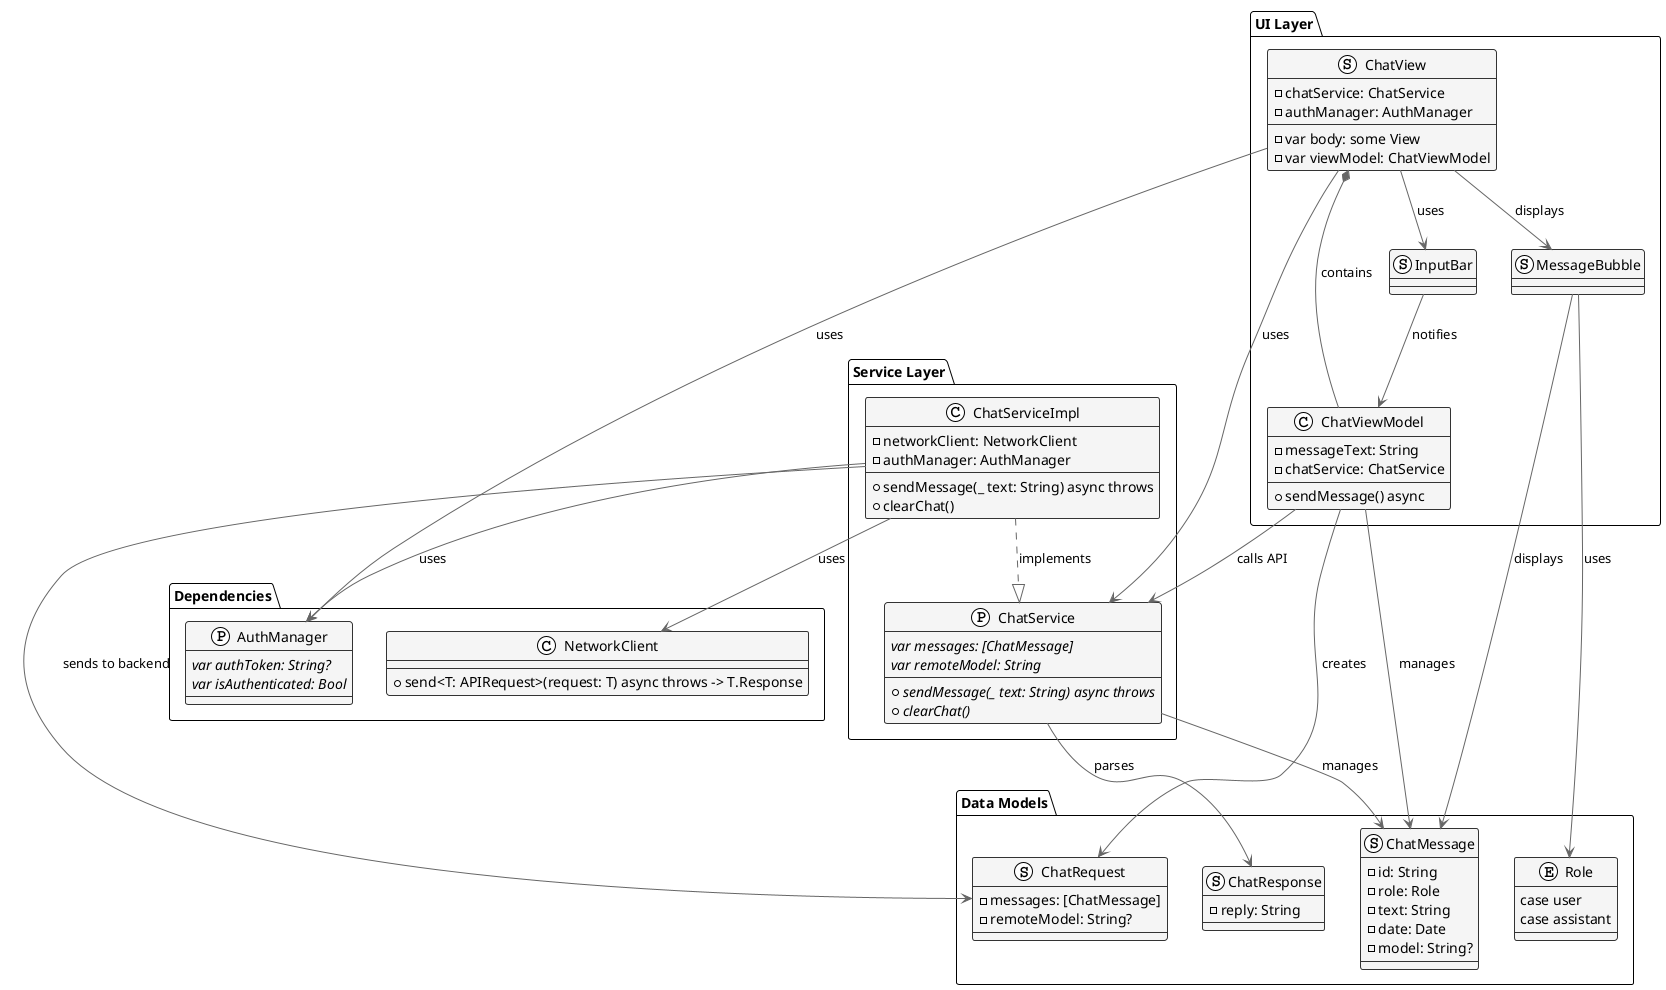
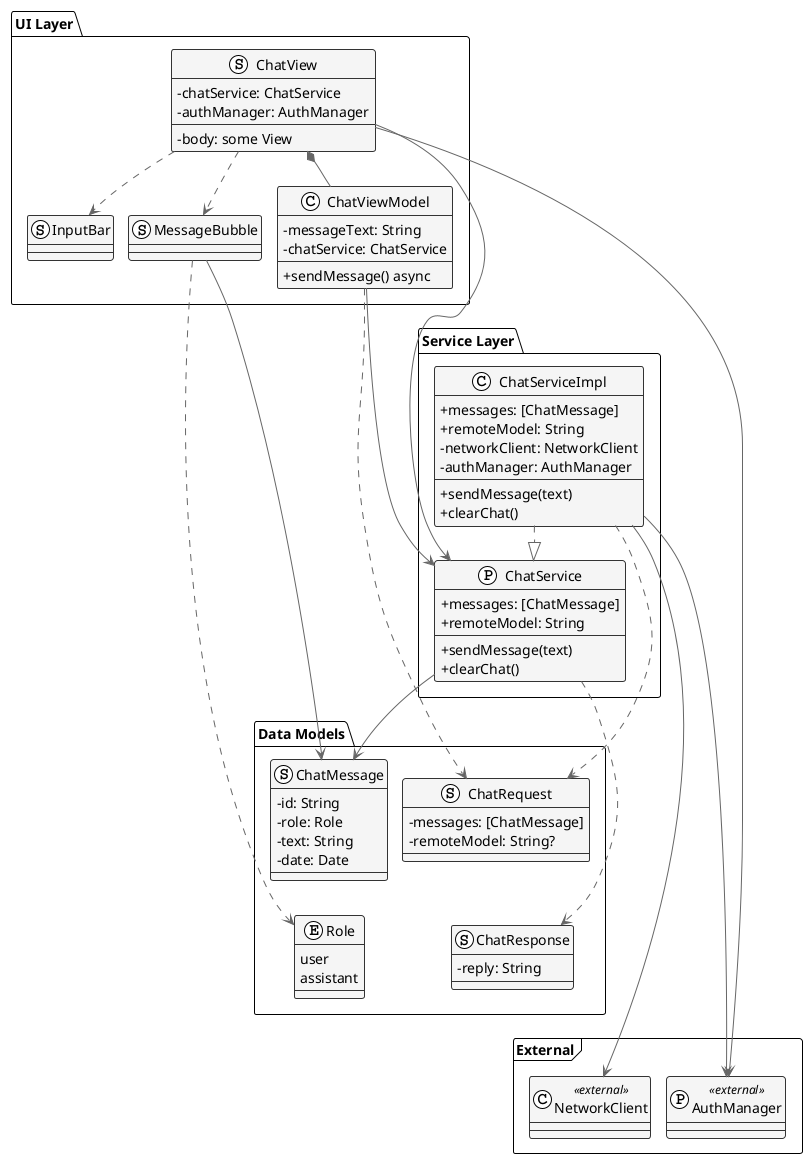
- @startuml Chat Module (5.3.3.3)
+ @startuml Chapter_5_3_3_3_Chat_Module

!theme plain
skinparam backgroundColor #FFFFFF
skinparam classBackgroundColor #F5F5F5
skinparam classBorderColor #333333
skinparam arrowColor #666666
+ skinparam ranksep 35
+ skinparam nodesep 15
+ skinparam classAttributeIconSize 0

- package "Service Layer" {
-     protocol ChatService {
-         {abstract} var messages: [ChatMessage]
-         {abstract} var remoteModel: String
-         --
-         {abstract} + sendMessage(_ text: String) async throws
-         {abstract} + clearChat()
-     }
- 
-     class ChatServiceImpl {
-         - networkClient: NetworkClient
-         - authManager: AuthManager
-         --
-         + sendMessage(_ text: String) async throws
-         + clearChat()
-     }
- }
- 
- package "Data Models" {
-     struct ChatMessage {
-         - id: String
-         - role: Role
-         - text: String
-         - date: Date
-         - model: String?
-     }
- 
-     enum Role {
-         case user
-         case assistant
-     }
- 
-     struct ChatRequest {
-         - messages: [ChatMessage]
-         - remoteModel: String?
-     }
- 
-     struct ChatResponse {
-         - reply: String
-     }
- }
- 
+ ' ============= UI Layer =============
package "UI Layer" {
    struct ChatView {
        - chatService: ChatService
        - authManager: AuthManager
        --
-         - var body: some View
-         - var viewModel: ChatViewModel
+         - body: some View
    }

    class ChatViewModel {
        - messageText: String
        - chatService: ChatService
        --
        + sendMessage() async
    }

    struct MessageBubble
    struct InputBar
}

- package "Dependencies" {
-     class NetworkClient {
-         + send<T: APIRequest>(request: T) async throws -> T.Response
+ ' ============= Service Layer =============
+ package "Service Layer" {
+     protocol ChatService {
+         + messages: [ChatMessage]
+         + remoteModel: String
+         --
+         + sendMessage(text)
+         + clearChat()
    }

-     protocol AuthManager {
-         {abstract} var authToken: String?
-         {abstract} var isAuthenticated: Bool
+     class ChatServiceImpl {
+         + messages: [ChatMessage]
+         + remoteModel: String
+         - networkClient: NetworkClient
+         - authManager: AuthManager
+         --
+         + sendMessage(text)
+         + clearChat()
    }
}

+ ' ============= Data Models =============
+ package "Data Models" {
+     struct ChatMessage {
+         - id: String
+         - role: Role
+         - text: String
+         - date: Date
+     }
+ 
+     enum Role {
+         user
+         assistant
+     }
+ 
+     struct ChatRequest {
+         - messages: [ChatMessage]
+         - remoteModel: String?
+     }
+ 
+     struct ChatResponse {
+         - reply: String
+     }
+ }
+ 
+ ' ============= Dependencies =============
+ package "External" <<Frame>> {
+     class NetworkClient <<external>>
+     protocol AuthManager <<external>>
+ }
+ 
' ===== RELATIONSHIPS =====
+ ' Composition (View contains ViewModel)
+ ChatView *-down- ChatViewModel

- ChatServiceImpl ..|> ChatService : implements
- ChatServiceImpl --> NetworkClient : uses
- ChatServiceImpl --> AuthManager : uses
+ ' Realization (interface implementation)
+ ChatServiceImpl ..|> ChatService

- ChatView --> ChatService : uses
- ChatView --> AuthManager : uses
- ChatView *-- ChatViewModel : contains
+ ' Association (fields)
+ ChatView --> ChatService
+ ChatView --> AuthManager
+ ChatViewModel --> ChatService
+ ChatServiceImpl --> NetworkClient
+ ChatServiceImpl --> AuthManager
+ ChatService --> ChatMessage
+ MessageBubble --> ChatMessage

- ChatViewModel --> ChatService : calls API
- ChatViewModel --> ChatRequest : creates
- ChatViewModel --> ChatMessage : manages
+ ' Dependency (used in methods/views only)
+ ChatView ..> MessageBubble
+ ChatView ..> InputBar
+ ChatViewModel ..> ChatRequest
+ ChatService ..> ChatResponse
+ ChatServiceImpl ..> ChatRequest
+ MessageBubble ..> Role

- ChatView --> MessageBubble : displays
- ChatView --> InputBar : uses
- 
- MessageBubble --> ChatMessage : displays
- MessageBubble --> Role : uses
- 
- InputBar --> ChatViewModel : notifies
- 
- ChatService --> ChatMessage : manages
- ChatService --> ChatResponse : parses
- ChatServiceImpl --> ChatRequest : sends to backend
+ ' ============= Hidden links for vertical layout =============
+ ChatView -[hidden]down- MessageBubble
+ MessageBubble -[hidden]right- InputBar
+ ChatViewModel -[hidden]down- ChatServiceImpl
+ ChatService -[hidden]down- ChatMessage
+ ChatMessage -[hidden]right- ChatRequest
+ Role -[hidden]right- ChatResponse
+ ChatMessage -[hidden]down- Role
+ ChatRequest -[hidden]down- ChatResponse
+ ChatResponse -[hidden]down- NetworkClient
+ NetworkClient -[hidden]right- AuthManager

@enduml
